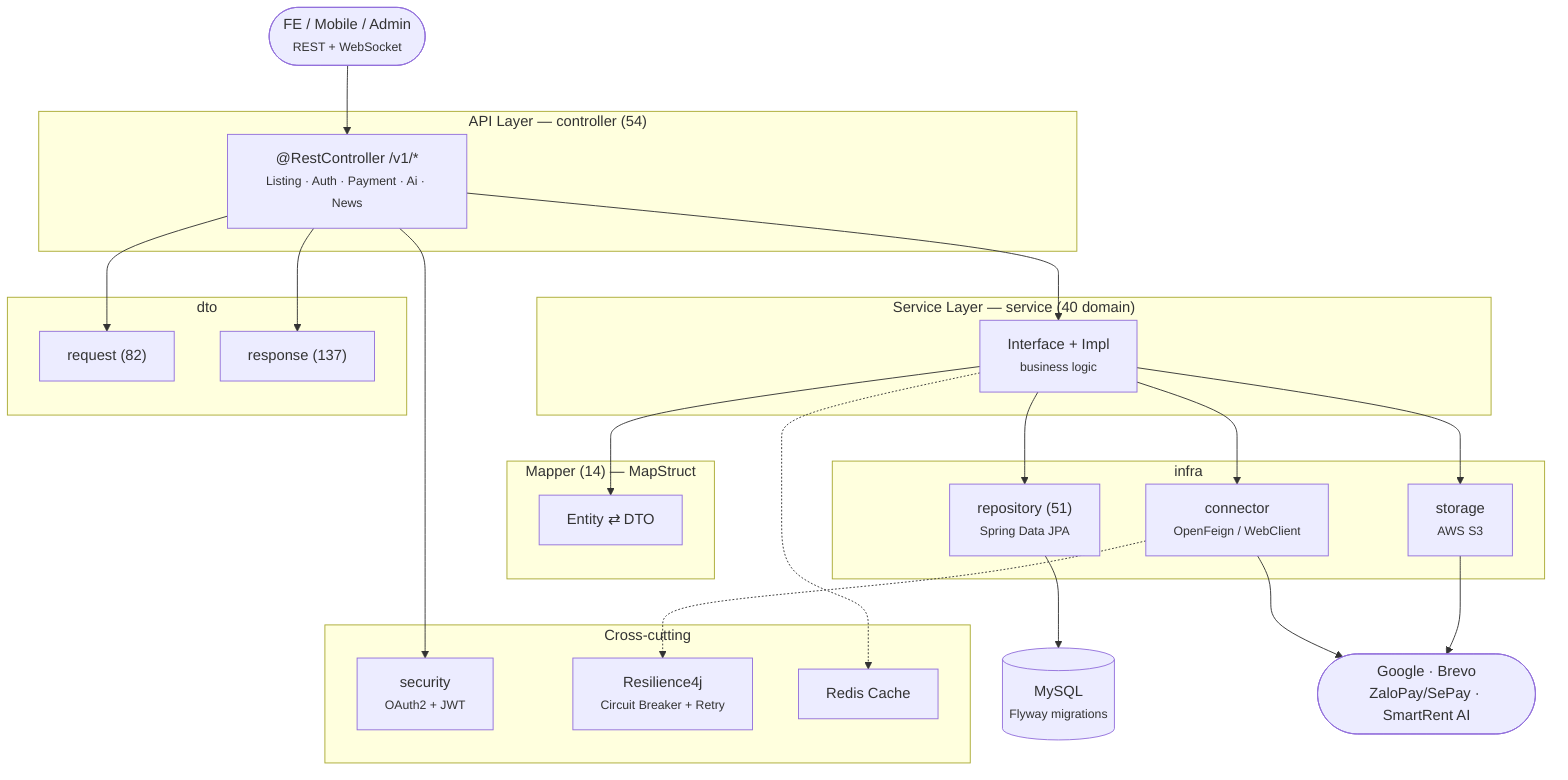
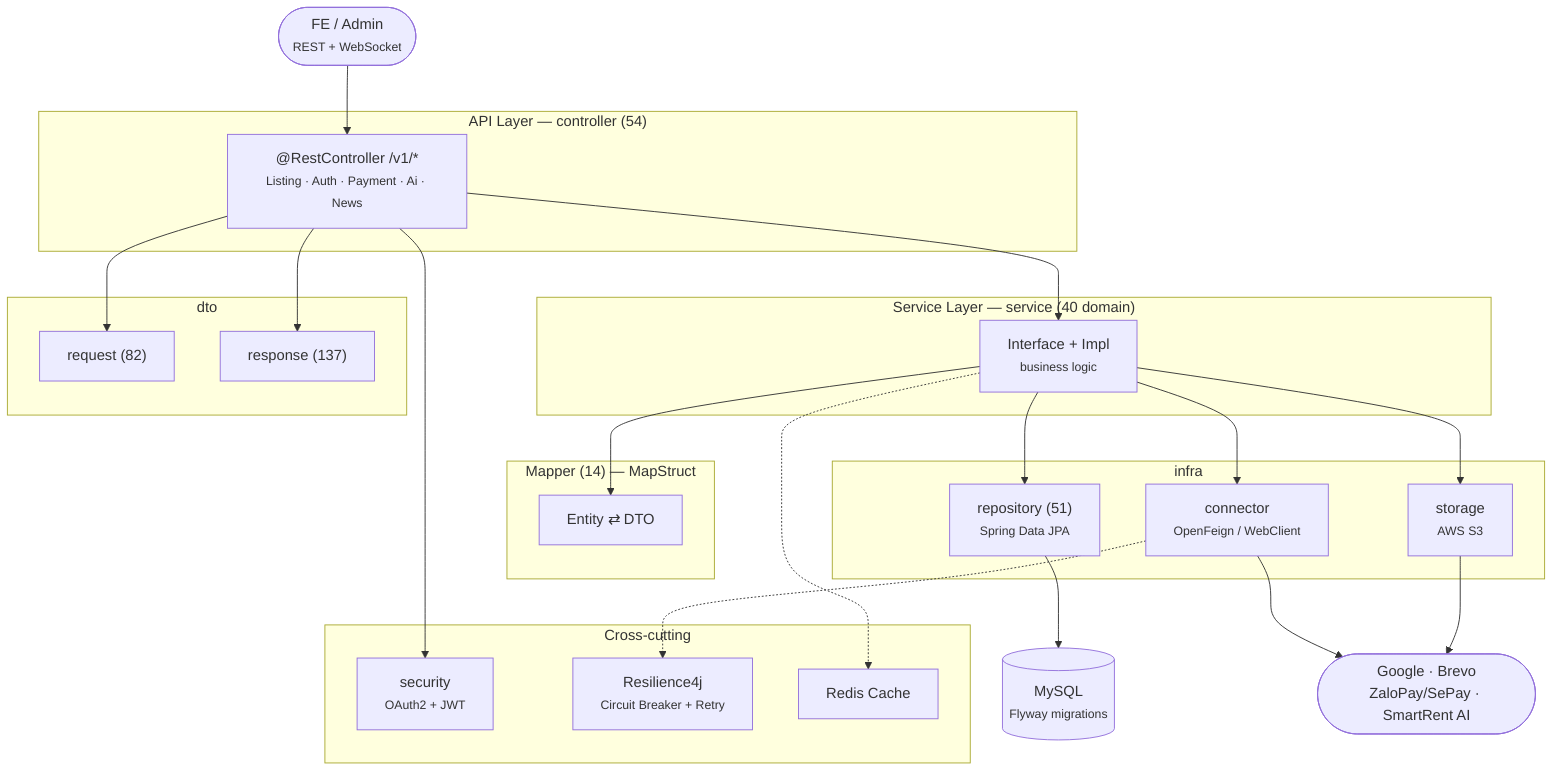
flowchart TB
-  Client(["FE / Mobile / Admin<br/><small>REST + WebSocket</small>"])
+  Client(["FE / Admin<br/><small>REST + WebSocket</small>"])
 subgraph API["API Layer — controller (54)"]
 Ctrl["@RestController /v1/*<br/><small>Listing · Auth · Payment · Ai · News</small>"]
 end
 subgraph Sec["Cross-cutting"]
 Security["security<br/><small>OAuth2 + JWT</small>"]
 CB["Resilience4j<br/><small>Circuit Breaker + Retry</small>"]
 Cache["Redis Cache"]
 end
 subgraph Svc["Service Layer — service (40 domain)"]
 SvcI["Interface + Impl<br/><small>business logic</small>"]
 end
 subgraph Map["Mapper (14) — MapStruct"]
 Mapper["Entity ⇄ DTO"]
 end
 subgraph DTO["dto"]
 Req["request (82)"]
 Res["response (137)"]
 end
 subgraph Infra["infra"]
 Repo["repository (51)<br/><small>Spring Data JPA</small>"]
 Conn["connector<br/><small>OpenFeign / WebClient</small>"]
 Storage["storage<br/><small>AWS S3</small>"]
 end
 DB[("MySQL<br/><small>Flyway migrations</small>")]
 Ext(["Google · Brevo<br/>ZaloPay/SePay · SmartRent AI"])

 Client --> Ctrl
 Ctrl --> Security
 Ctrl --> SvcI
 SvcI --> Mapper
 Ctrl --> Req
 Ctrl --> Res
 SvcI --> Repo
 SvcI --> Conn
 SvcI --> Storage
 SvcI -.-> Cache
 Conn -.-> CB
 Repo --> DB
 Conn --> Ext
 Storage --> Ext
